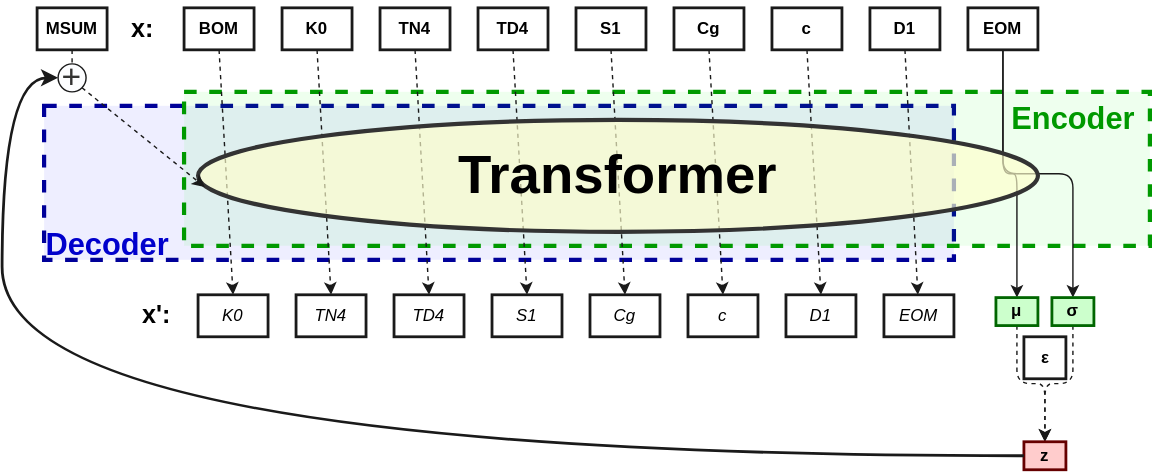
Before: source/images/shared-vae.drawio.svg, a diagram exported from draw.io (k-l-lambda/k-l-lambda.github.io). Source tidied: cells renumbered, new cells last; positions are measured from the earlier drawing's top-left corner, leaving out a move shared by most shapes.
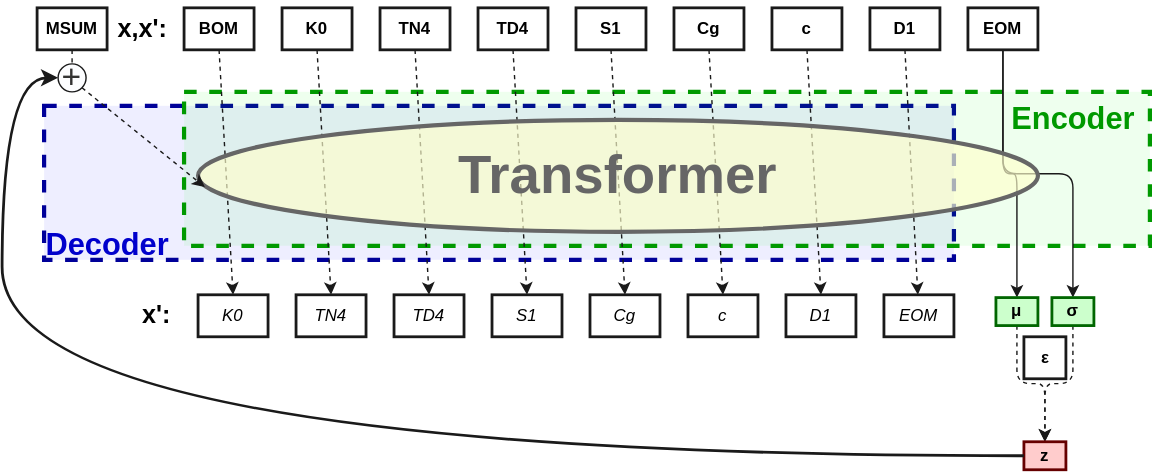
The same diagram one commit later.

Diff of the diagram source:
```diff
@@ -101,7 +101,7 @@
     <mxCell id="34" value="σ" style="whiteSpace=wrap;html=1;fillColor=#CCFFCC;fontColor=#000000;strokeColor=#006600;strokeWidth=2;fontStyle=1;" parent="1" vertex="1">
       <mxGeometry x="750" y="212" width="30" height="20" as="geometry" />
     </mxCell>
-    <mxCell id="35" value="&lt;b&gt;&lt;font style=&quot;font-size: 39px;&quot;&gt;Transformer&lt;/font&gt;&lt;/b&gt;" style="ellipse;whiteSpace=wrap;html=1;strokeWidth=3;fillColor=#FFFFCCaa;fontColor=#000000;strokeColor=#333333;" parent="1" vertex="1">
+    <mxCell id="35" value="&lt;b&gt;&lt;font style=&quot;font-size: 39px;&quot;&gt;Transformer&lt;/font&gt;&lt;/b&gt;" style="ellipse;whiteSpace=wrap;html=1;strokeWidth=3;fillColor=#FFFFCCaa;fontColor=#666666;strokeColor=#666666;" parent="1" vertex="1">
       <mxGeometry x="140" y="85" width="600" height="80" as="geometry" />
     </mxCell>
     <mxCell id="36" style="edgeStyle=orthogonalEdgeStyle;curved=1;html=1;exitX=0;exitY=0.5;exitDx=0;exitDy=0;entryX=0;entryY=0.5;entryDx=0;entryDy=0;fontSize=39;fontColor=#969696;strokeColor=#1A1A1A;strokeWidth=2;startArrow=none;" parent="1" edge="1" source="40" target="40">
@@ -130,8 +130,8 @@
     <mxCell id="42" value="&lt;b style=&quot;font-size: 22px;&quot;&gt;Decoder&lt;/b&gt;" style="text;html=1;align=center;verticalAlign=middle;strokeColor=none;fillColor=none;fontSize=22;fontColor=#0000CC;" parent="1" vertex="1">
       <mxGeometry x="20" y="155" width="110" height="40" as="geometry" />
     </mxCell>
-    <mxCell id="43" value="&lt;b style=&quot;font-size: 18px;&quot;&gt;&lt;font color=&quot;#000000&quot; style=&quot;font-size: 18px;&quot;&gt;x:&lt;/font&gt;&lt;/b&gt;" style="text;html=1;align=center;verticalAlign=middle;strokeColor=none;fillColor=none;fontSize=18;" parent="1" vertex="1">
-      <mxGeometry x="80" width="40" height="40" as="geometry" />
+    <mxCell id="43" value="&lt;b style=&quot;font-size: 18px;&quot;&gt;&lt;font color=&quot;#000000&quot; style=&quot;font-size: 18px;&quot;&gt;x,x':&lt;/font&gt;&lt;/b&gt;" style="text;html=1;align=center;verticalAlign=middle;strokeColor=none;fillColor=none;fontSize=18;" parent="1" vertex="1">
+      <mxGeometry x="70" width="60" height="40" as="geometry" />
     </mxCell>
     <mxCell id="44" value="&lt;b style=&quot;font-size: 18px;&quot;&gt;&lt;font color=&quot;#000000&quot; style=&quot;font-size: 18px;&quot;&gt;x':&lt;/font&gt;&lt;/b&gt;" style="text;html=1;align=center;verticalAlign=middle;strokeColor=none;fillColor=none;fontSize=18;" parent="1" vertex="1">
       <mxGeometry x="90" y="205" width="40" height="40" as="geometry" />
```
